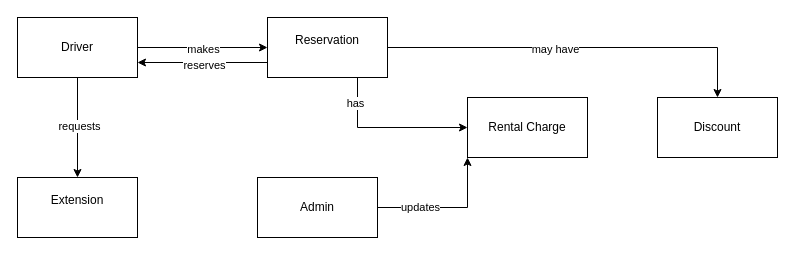
emd5953/Delivery-Service---Independent-Driver keeps this draw.io diagram as Domain Model.drawio. Above is the earlier version. Source tidied: cells renumbered, new cells numbered last; positions are measured from the earlier drawing's top-left corner, leaving out a move shared by most shapes. Both pictures are drawn from the tidied source at 100%, with x=0, y=0 at pixel (17, 17).
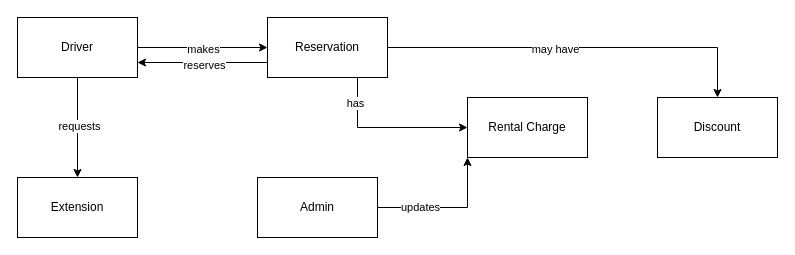
The same page after the edit.

Change to the diagram source:
```diff
@@
-    <mxCell id="13" value="Reservation&lt;div&gt;&lt;br&gt;&lt;/div&gt;" style="rounded=0;whiteSpace=wrap;html=1;" parent="1" vertex="1">
+    <mxCell id="13" value="Reservation" style="rounded=0;whiteSpace=wrap;html=1;" parent="1" vertex="1">
       <mxGeometry x="250" width="120" height="60" as="geometry" />
     </mxCell>
-    <mxCell id="14" value="Extension&lt;div&gt;&lt;br&gt;&lt;/div&gt;" style="rounded=0;whiteSpace=wrap;html=1;" parent="1" vertex="1">
+    <mxCell id="14" value="Extension" style="rounded=0;whiteSpace=wrap;html=1;" parent="1" vertex="1">
       <mxGeometry y="160" width="120" height="60" as="geometry" />
     </mxCell>
```
